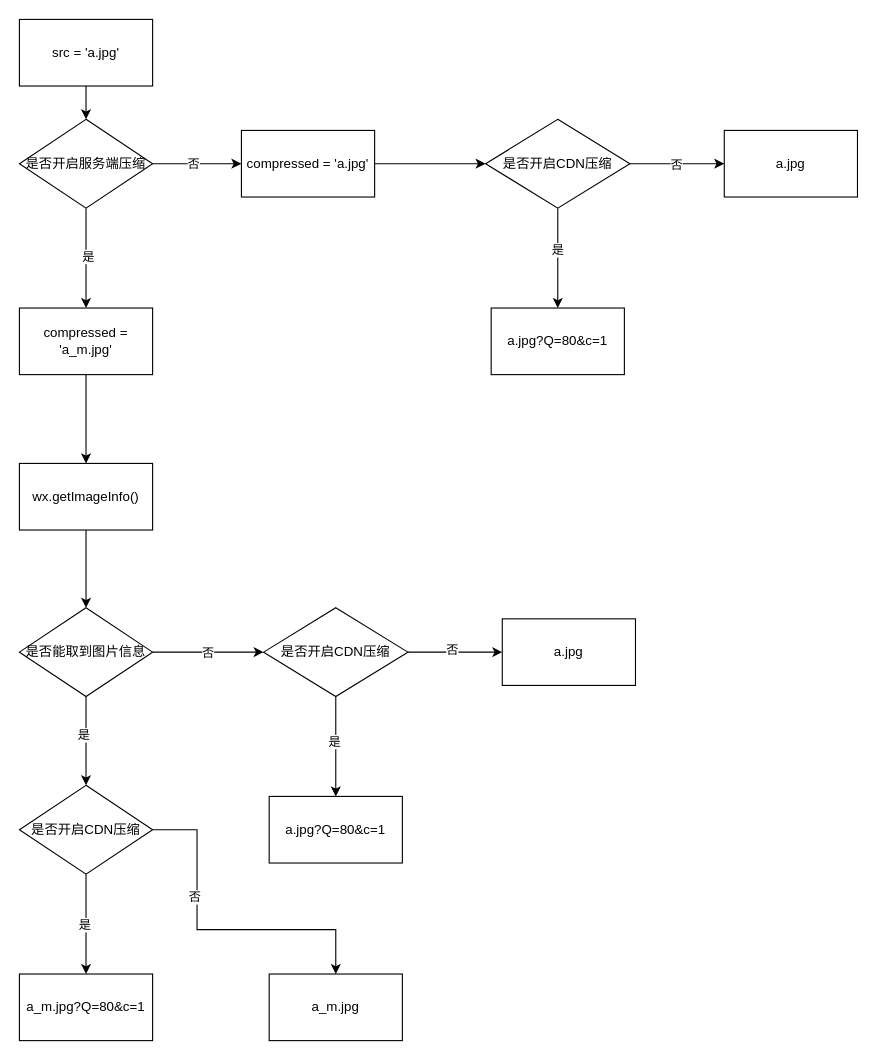
Earlier version of the draw.io diagram 图片加载压缩url.drawio (nikolausliu/drawio-repo). Source tidied: cells renumbered, new cells numbered last; positions are measured from the earlier drawing's top-left corner, leaving out a move shared by most shapes. Both pictures are drawn from the tidied source at 111%, with x=0, y=0 at pixel (19, 19).
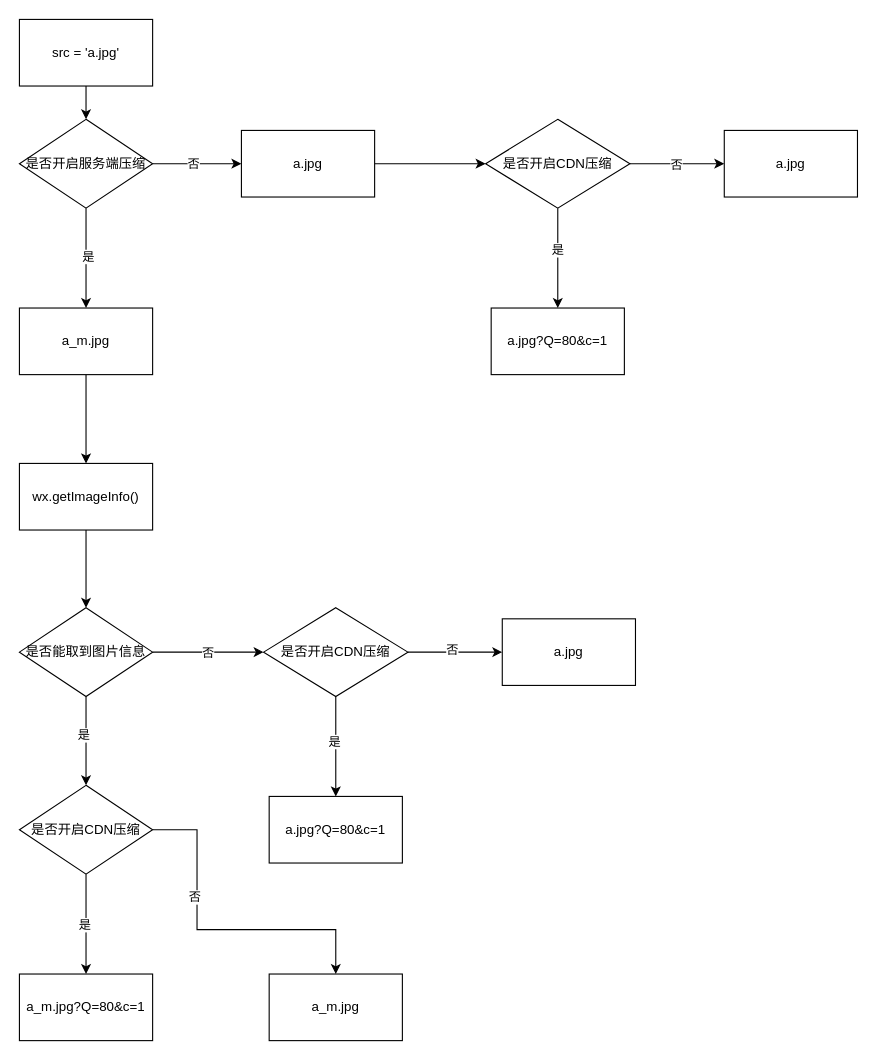
Above is the later version.

Commit message (it also covers changes not shown here):
更新图片加载压缩url.drawio

Change to the diagram source:
```diff
@@
-    <mxCell id="10" value="compressed = 'a_m.jpg'" style="whiteSpace=wrap;html=1;rounded=0;" parent="1" vertex="1">
+    <mxCell id="10" value="a_m.jpg" style="whiteSpace=wrap;html=1;rounded=0;" parent="1" vertex="1">
       <mxGeometry y="260" width="120" height="60" as="geometry" />
     </mxCell>
@@
-    <mxCell id="12" value="compressed = 'a.jpg'" style="whiteSpace=wrap;html=1;rounded=0;" parent="1" vertex="1">
+    <mxCell id="12" value="a.jpg" style="whiteSpace=wrap;html=1;rounded=0;" parent="1" vertex="1">
       <mxGeometry x="200" y="100" width="120" height="60" as="geometry" />
     </mxCell>
```
